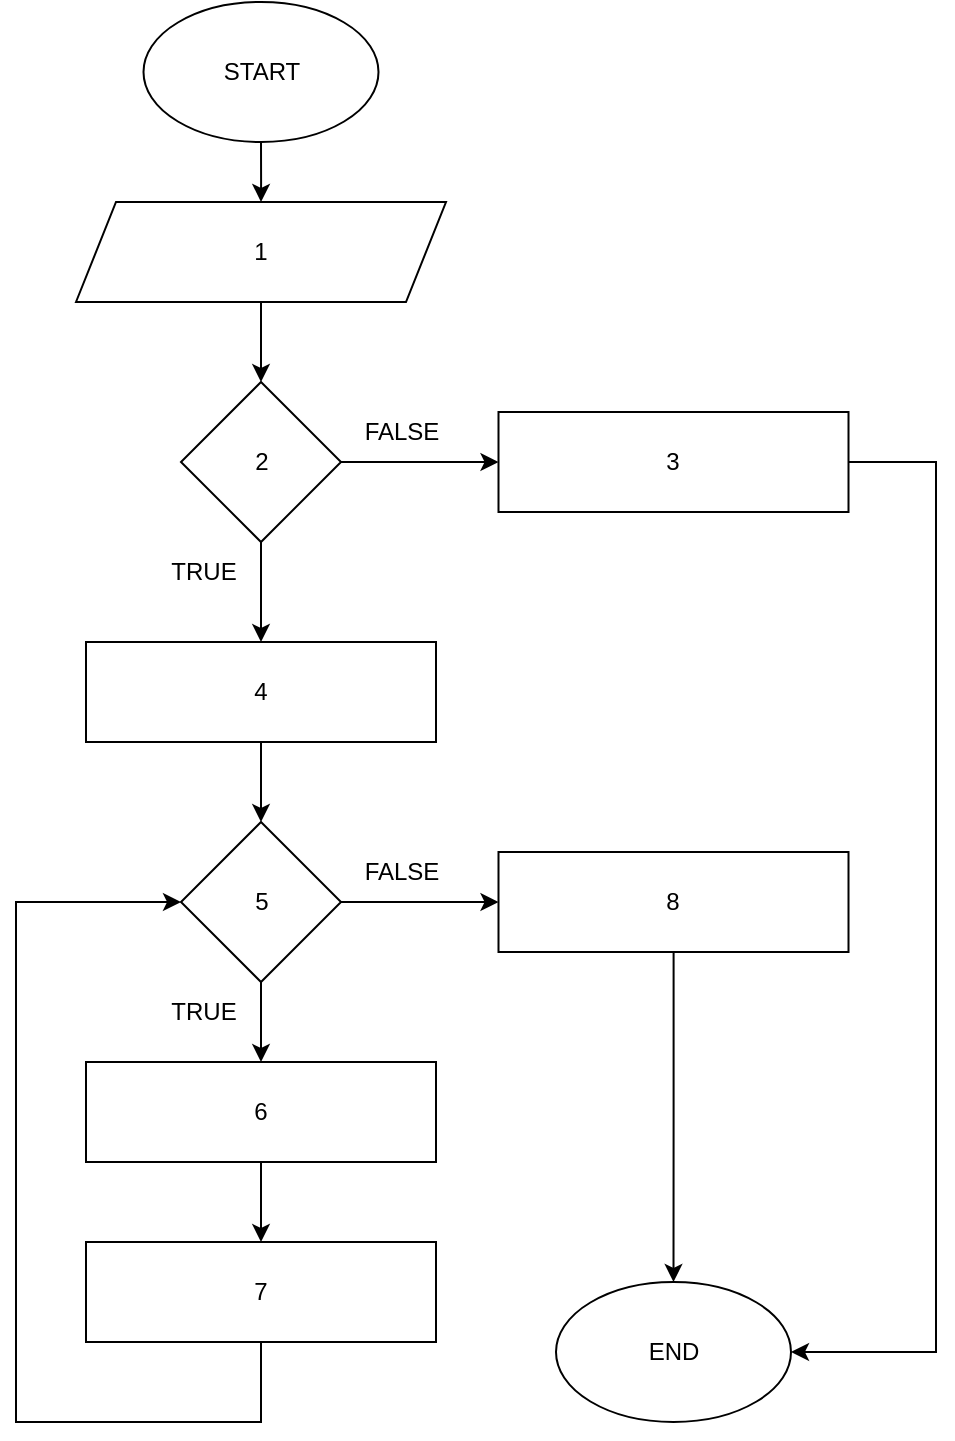
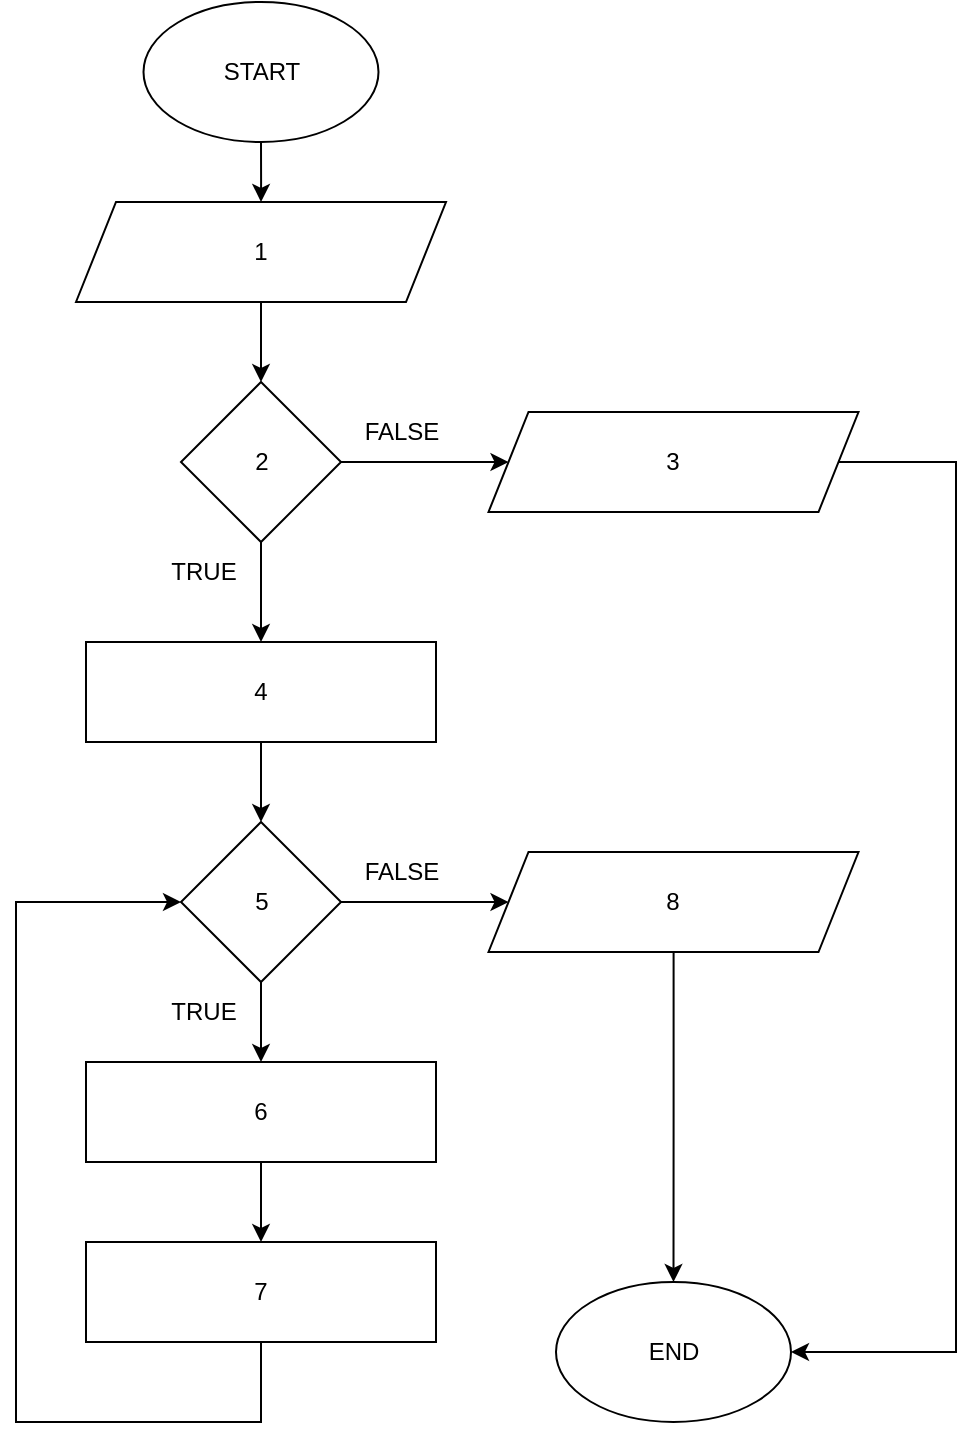
<mxfile host="app.diagrams.net">
  <diagram name="Page-1" id="DZQpwDG2AguKfzWeCMCz">
-     <mxGraphModel dx="2155" dy="1154" grid="1" gridSize="10" guides="1" tooltips="1" connect="1" arrows="1" fold="1" page="1" pageScale="1" pageWidth="850" pageHeight="1100" math="0" shadow="0">
+     <mxGraphModel dx="1832" dy="981" grid="1" gridSize="10" guides="1" tooltips="1" connect="1" arrows="1" fold="1" page="1" pageScale="1" pageWidth="850" pageHeight="1100" math="0" shadow="0">
      <root>
        <mxCell id="0" />
        <mxCell id="1" parent="0" />
        <mxCell id="kQ8cNT2L98zMurMp1pFD-1" edge="1" parent="1" source="kQ8cNT2L98zMurMp1pFD-2" style="edgeStyle=orthogonalEdgeStyle;rounded=0;orthogonalLoop=1;jettySize=auto;html=1;" target="kQ8cNT2L98zMurMp1pFD-5" value="">
          <mxGeometry relative="1" as="geometry" />
        </mxCell>
        <mxCell id="kQ8cNT2L98zMurMp1pFD-2" parent="1" style="ellipse;whiteSpace=wrap;html=1;" value="START" vertex="1">
          <mxGeometry height="70" width="117.5" x="113.75" y="50" as="geometry" />
        </mxCell>
        <mxCell id="kQ8cNT2L98zMurMp1pFD-3" parent="1" style="ellipse;whiteSpace=wrap;html=1;" value="END" vertex="1">
          <mxGeometry height="70" width="117.5" x="320" y="690" as="geometry" />
        </mxCell>
        <mxCell id="cTQZ2PaawylzKzxFx5YF-92" edge="1" parent="1" source="kQ8cNT2L98zMurMp1pFD-5" style="edgeStyle=orthogonalEdgeStyle;rounded=0;orthogonalLoop=1;jettySize=auto;html=1;" target="cTQZ2PaawylzKzxFx5YF-91" value="">
          <mxGeometry relative="1" as="geometry" />
        </mxCell>
        <mxCell id="kQ8cNT2L98zMurMp1pFD-5" parent="1" style="shape=parallelogram;perimeter=parallelogramPerimeter;whiteSpace=wrap;html=1;fixedSize=1;" value="1" vertex="1">
          <mxGeometry height="50" width="185" x="80" y="150" as="geometry" />
        </mxCell>
-         <mxCell id="cTQZ2PaawylzKzxFx5YF-103" edge="1" parent="1" source="kQ8cNT2L98zMurMp1pFD-9" style="edgeStyle=orthogonalEdgeStyle;rounded=0;orthogonalLoop=1;jettySize=auto;html=1;" target="kQ8cNT2L98zMurMp1pFD-3">
+         <mxCell id="cTQZ2PaawylzKzxFx5YF-95" edge="1" parent="1" source="cTQZ2PaawylzKzxFx5YF-91" style="edgeStyle=orthogonalEdgeStyle;rounded=0;orthogonalLoop=1;jettySize=auto;html=1;" target="cTQZ2PaawylzKzxFx5YF-94" value="">
          <mxGeometry relative="1" as="geometry" />
        </mxCell>
-         <mxCell id="kQ8cNT2L98zMurMp1pFD-9" parent="1" style="rounded=0;whiteSpace=wrap;html=1;" value="8" vertex="1">
-           <mxGeometry height="50" width="175" x="291.25" y="475" as="geometry" />
-         </mxCell>
-         <mxCell id="cTQZ2PaawylzKzxFx5YF-104" edge="1" parent="1" source="cTQZ2PaawylzKzxFx5YF-89" style="edgeStyle=orthogonalEdgeStyle;rounded=0;orthogonalLoop=1;jettySize=auto;html=1;entryX=1;entryY=0.5;entryDx=0;entryDy=0;" target="kQ8cNT2L98zMurMp1pFD-3">
-           <mxGeometry relative="1" as="geometry">
-             <Array as="points">
-               <mxPoint x="510" y="280" />
-               <mxPoint x="510" y="725" />
-             </Array>
-           </mxGeometry>
-         </mxCell>
-         <mxCell id="cTQZ2PaawylzKzxFx5YF-89" parent="1" style="rounded=0;whiteSpace=wrap;html=1;" value="3" vertex="1">
-           <mxGeometry height="50" width="175" x="291.25" y="255" as="geometry" />
-         </mxCell>
-         <mxCell id="cTQZ2PaawylzKzxFx5YF-93" edge="1" parent="1" source="cTQZ2PaawylzKzxFx5YF-91" style="edgeStyle=orthogonalEdgeStyle;rounded=0;orthogonalLoop=1;jettySize=auto;html=1;" target="cTQZ2PaawylzKzxFx5YF-89" value="">
-           <mxGeometry relative="1" as="geometry" />
-         </mxCell>
-         <mxCell id="cTQZ2PaawylzKzxFx5YF-95" edge="1" parent="1" source="cTQZ2PaawylzKzxFx5YF-91" style="edgeStyle=orthogonalEdgeStyle;rounded=0;orthogonalLoop=1;jettySize=auto;html=1;" target="cTQZ2PaawylzKzxFx5YF-94" value="">
+         <mxCell id="rzKRuRkvA8WBjy7sXsQP-3" edge="1" parent="1" source="cTQZ2PaawylzKzxFx5YF-91" style="edgeStyle=orthogonalEdgeStyle;rounded=0;orthogonalLoop=1;jettySize=auto;html=1;" target="rzKRuRkvA8WBjy7sXsQP-1" value="">
          <mxGeometry relative="1" as="geometry" />
        </mxCell>
        <mxCell id="cTQZ2PaawylzKzxFx5YF-91" parent="1" style="rhombus;whiteSpace=wrap;html=1;" value="2" vertex="1">
          <mxGeometry height="80" width="80" x="132.5" y="240" as="geometry" />
        </mxCell>
        <mxCell id="cTQZ2PaawylzKzxFx5YF-101" edge="1" parent="1" source="cTQZ2PaawylzKzxFx5YF-94" style="edgeStyle=orthogonalEdgeStyle;rounded=0;orthogonalLoop=1;jettySize=auto;html=1;" target="cTQZ2PaawylzKzxFx5YF-100" value="">
          <mxGeometry relative="1" as="geometry" />
        </mxCell>
        <mxCell id="cTQZ2PaawylzKzxFx5YF-94" parent="1" style="rounded=0;whiteSpace=wrap;html=1;" value="4" vertex="1">
          <mxGeometry height="50" width="175" x="85" y="370" as="geometry" />
        </mxCell>
        <mxCell id="cTQZ2PaawylzKzxFx5YF-99" edge="1" parent="1" source="cTQZ2PaawylzKzxFx5YF-96" style="edgeStyle=orthogonalEdgeStyle;rounded=0;orthogonalLoop=1;jettySize=auto;html=1;" target="cTQZ2PaawylzKzxFx5YF-98" value="">
          <mxGeometry relative="1" as="geometry" />
        </mxCell>
        <mxCell id="cTQZ2PaawylzKzxFx5YF-96" parent="1" style="rounded=0;whiteSpace=wrap;html=1;" value="6" vertex="1">
          <mxGeometry height="50" width="175" x="85" y="580" as="geometry" />
        </mxCell>
        <mxCell id="cTQZ2PaawylzKzxFx5YF-106" edge="1" parent="1" source="cTQZ2PaawylzKzxFx5YF-98" style="edgeStyle=orthogonalEdgeStyle;rounded=0;orthogonalLoop=1;jettySize=auto;html=1;entryX=0;entryY=0.5;entryDx=0;entryDy=0;" target="cTQZ2PaawylzKzxFx5YF-100">
          <mxGeometry relative="1" as="geometry">
            <Array as="points">
              <mxPoint x="173" y="760" />
              <mxPoint x="50" y="760" />
              <mxPoint x="50" y="500" />
            </Array>
          </mxGeometry>
        </mxCell>
        <mxCell id="cTQZ2PaawylzKzxFx5YF-98" parent="1" style="rounded=0;whiteSpace=wrap;html=1;" value="7" vertex="1">
          <mxGeometry height="50" width="175" x="85" y="670" as="geometry" />
        </mxCell>
        <mxCell id="cTQZ2PaawylzKzxFx5YF-102" edge="1" parent="1" source="cTQZ2PaawylzKzxFx5YF-100" style="edgeStyle=orthogonalEdgeStyle;rounded=0;orthogonalLoop=1;jettySize=auto;html=1;" target="cTQZ2PaawylzKzxFx5YF-96" value="">
          <mxGeometry relative="1" as="geometry" />
        </mxCell>
-         <mxCell id="cTQZ2PaawylzKzxFx5YF-105" edge="1" parent="1" source="cTQZ2PaawylzKzxFx5YF-100" style="edgeStyle=orthogonalEdgeStyle;rounded=0;orthogonalLoop=1;jettySize=auto;html=1;" target="kQ8cNT2L98zMurMp1pFD-9" value="">
+         <mxCell id="rzKRuRkvA8WBjy7sXsQP-6" edge="1" parent="1" source="cTQZ2PaawylzKzxFx5YF-100" style="edgeStyle=orthogonalEdgeStyle;rounded=0;orthogonalLoop=1;jettySize=auto;html=1;" target="rzKRuRkvA8WBjy7sXsQP-5" value="">
          <mxGeometry relative="1" as="geometry" />
        </mxCell>
        <mxCell id="cTQZ2PaawylzKzxFx5YF-100" parent="1" style="rhombus;whiteSpace=wrap;html=1;" value="5" vertex="1">
          <mxGeometry height="80" width="80" x="132.5" y="460" as="geometry" />
        </mxCell>
        <mxCell id="cTQZ2PaawylzKzxFx5YF-107" parent="1" style="text;html=1;whiteSpace=wrap;strokeColor=none;fillColor=none;align=center;verticalAlign=middle;rounded=0;" value="TRUE" vertex="1">
          <mxGeometry height="30" width="60" x="113.75" y="540" as="geometry" />
        </mxCell>
        <mxCell id="cTQZ2PaawylzKzxFx5YF-108" parent="1" style="text;html=1;whiteSpace=wrap;strokeColor=none;fillColor=none;align=center;verticalAlign=middle;rounded=0;" value="TRUE" vertex="1">
          <mxGeometry height="30" width="60" x="113.75" y="320" as="geometry" />
        </mxCell>
        <mxCell id="cTQZ2PaawylzKzxFx5YF-109" parent="1" style="text;html=1;whiteSpace=wrap;strokeColor=none;fillColor=none;align=center;verticalAlign=middle;rounded=0;" value="FALSE" vertex="1">
          <mxGeometry height="30" width="60" x="212.5" y="250" as="geometry" />
        </mxCell>
        <mxCell id="cTQZ2PaawylzKzxFx5YF-110" parent="1" style="text;html=1;whiteSpace=wrap;strokeColor=none;fillColor=none;align=center;verticalAlign=middle;rounded=0;" value="FALSE" vertex="1">
          <mxGeometry height="30" width="60" x="212.5" y="470" as="geometry" />
        </mxCell>
+         <mxCell id="rzKRuRkvA8WBjy7sXsQP-4" edge="1" parent="1" source="rzKRuRkvA8WBjy7sXsQP-1" style="edgeStyle=orthogonalEdgeStyle;rounded=0;orthogonalLoop=1;jettySize=auto;html=1;entryX=1;entryY=0.5;entryDx=0;entryDy=0;" target="kQ8cNT2L98zMurMp1pFD-3">
+           <mxGeometry relative="1" as="geometry">
+             <Array as="points">
+               <mxPoint x="520" y="280" />
+               <mxPoint x="520" y="725" />
+             </Array>
+           </mxGeometry>
+         </mxCell>
+         <mxCell id="rzKRuRkvA8WBjy7sXsQP-1" parent="1" style="shape=parallelogram;perimeter=parallelogramPerimeter;whiteSpace=wrap;html=1;fixedSize=1;" value="3" vertex="1">
+           <mxGeometry height="50" width="185" x="286.25" y="255" as="geometry" />
+         </mxCell>
+         <mxCell id="rzKRuRkvA8WBjy7sXsQP-7" edge="1" parent="1" source="rzKRuRkvA8WBjy7sXsQP-5" style="edgeStyle=orthogonalEdgeStyle;rounded=0;orthogonalLoop=1;jettySize=auto;html=1;" target="kQ8cNT2L98zMurMp1pFD-3">
+           <mxGeometry relative="1" as="geometry" />
+         </mxCell>
+         <mxCell id="rzKRuRkvA8WBjy7sXsQP-5" parent="1" style="shape=parallelogram;perimeter=parallelogramPerimeter;whiteSpace=wrap;html=1;fixedSize=1;" value="8" vertex="1">
+           <mxGeometry height="50" width="185" x="286.25" y="475" as="geometry" />
+         </mxCell>
      </root>
    </mxGraphModel>
  </diagram>
</mxfile>
